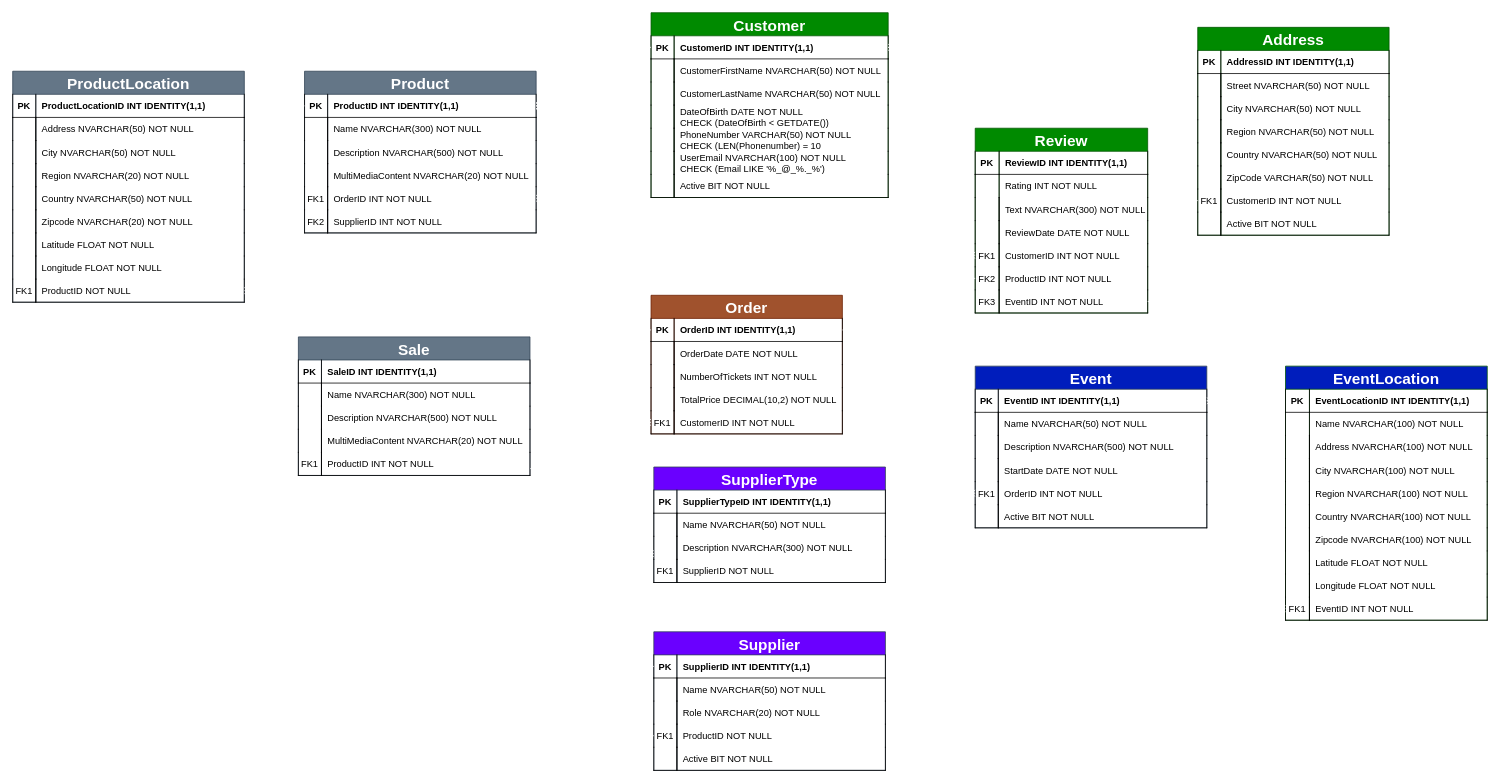
This is page "PhantomFestivities" (4 of 4) of PhantomFestivities.drawio from KristoferFangrat/ExamAssignment, a draw.io file, before an edit. Source tidied: cells renumbered, new cells numbered last; positions are measured from the earlier drawing's top-left corner, leaving out a move shared by most shapes. Both pictures are drawn from the tidied source at 77%, with x=0, y=0 at pixel (12, 12).
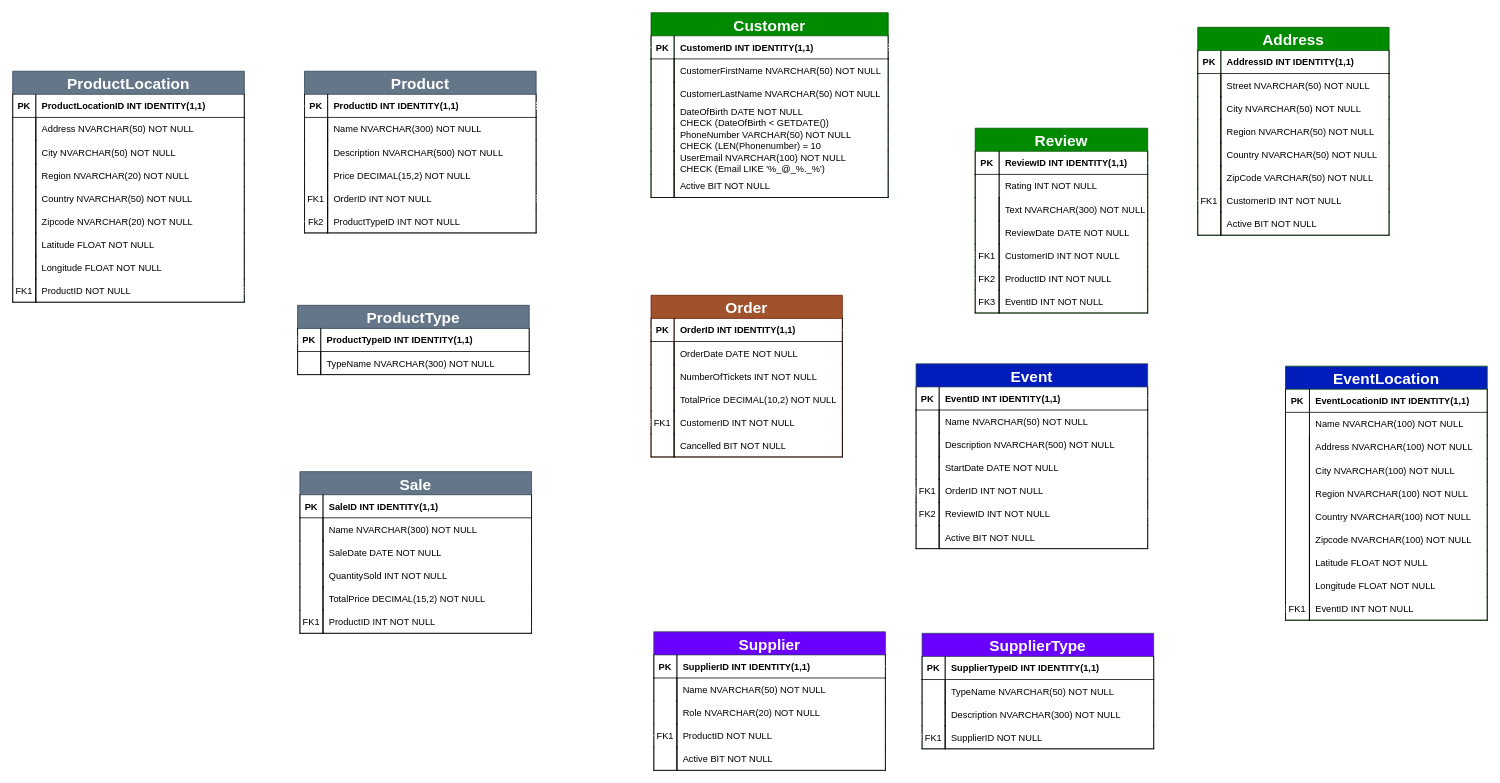
The same diagram, later.

Commit message (it also covers changes not shown here):
Update database name in PhantomFestivities.sql

The change refers to these unchanged cells:
```xml
<mxCell id="25" style="shape=tableRow;horizontal=0;startSize=0;swimlaneHead=0;swimlaneBody=0;fillColor=none;points=[[0,0.5],[1,0.5]];portConstraint=eastwest;top=0;left=0;right=0;bottom=1;sketch=0;hachureGap=4;jiggle=2;curveFitting=1;fontFamily=Architects Daughter;fontSize=20;" parent="24" vertex="1">
  <mxGeometry y="30" width="300.8" height="30" as="geometry" />
</mxCell>
<mxCell id="34" style="shape=tableRow;horizontal=0;startSize=0;swimlaneHead=0;swimlaneBody=0;fillColor=none;top=0;left=0;right=0;bottom=0;sketch=0;hachureGap=4;jiggle=2;curveFitting=1;fontFamily=Architects Daughter;fontSize=20;" parent="24" vertex="1">
  <mxGeometry y="120" width="300.8" height="30" as="geometry" />
</mxCell>
<mxCell id="40" style="shape=tableRow;horizontal=0;startSize=0;swimlaneHead=0;swimlaneBody=0;fillColor=none;points=[[0,0.5],[1,0.5]];portConstraint=eastwest;top=0;left=0;right=0;bottom=1;sketch=0;hachureGap=4;jiggle=2;curveFitting=1;fontFamily=Architects Daughter;fontSize=20;" parent="24" vertex="1">
  <mxGeometry y="180" width="300.8" height="30" as="geometry" />
</mxCell>
<mxCell id="60" style="shape=tableRow;horizontal=0;startSize=0;swimlaneHead=0;swimlaneBody=0;fillColor=none;points=[[0,0.5],[1,0.5]];portConstraint=eastwest;top=0;left=0;right=0;bottom=1;sketch=0;hachureGap=4;jiggle=2;curveFitting=1;fontFamily=Architects Daughter;fontSize=20;" parent="59" vertex="1">
  <mxGeometry y="30" width="300.8" height="30" as="geometry" />
</mxCell>
<mxCell id="76" style="shape=tableRow;horizontal=0;startSize=0;swimlaneHead=0;swimlaneBody=0;fillColor=none;points=[[0,0.5],[1,0.5]];portConstraint=eastwest;top=0;left=0;right=0;bottom=1;sketch=0;hachureGap=4;jiggle=2;curveFitting=1;fontFamily=Architects Daughter;fontSize=20;" parent="75" vertex="1">
  <mxGeometry y="30" width="300.8" height="30" as="geometry" />
</mxCell>
<mxCell id="122" style="shape=tableRow;horizontal=0;startSize=0;swimlaneHead=0;swimlaneBody=0;fillColor=none;points=[[0,0.5],[1,0.5]];portConstraint=eastwest;top=0;left=0;right=0;bottom=1;sketch=0;hachureGap=4;jiggle=2;curveFitting=1;fontFamily=Architects Daughter;fontSize=20;" parent="94" vertex="1">
  <mxGeometry y="300" width="262" height="30" as="geometry" />
</mxCell>
<mxCell id="160" style="shape=tableRow;horizontal=0;startSize=0;swimlaneHead=0;swimlaneBody=0;fillColor=none;top=0;left=0;right=0;bottom=0;sketch=0;hachureGap=4;jiggle=2;curveFitting=1;fontFamily=Architects Daughter;fontSize=20;" parent="153" vertex="1">
  <mxGeometry y="90" width="300.8" height="30" as="geometry" />
</mxCell>
<mxCell id="163" style="shape=tableRow;horizontal=0;startSize=0;swimlaneHead=0;swimlaneBody=0;fillColor=none;top=0;left=0;right=0;bottom=0;sketch=0;hachureGap=4;jiggle=2;curveFitting=1;fontFamily=Architects Daughter;fontSize=20;" parent="153" vertex="1">
  <mxGeometry y="120" width="300.8" height="30" as="geometry" />
</mxCell>
<mxCell id="170" style="shape=tableRow;horizontal=0;startSize=0;swimlaneHead=0;swimlaneBody=0;fillColor=none;points=[[0,0.5],[1,0.5]];portConstraint=eastwest;top=0;left=0;right=0;bottom=1;sketch=0;hachureGap=4;jiggle=2;curveFitting=1;fontFamily=Architects Daughter;fontSize=20;" parent="169" vertex="1">
  <mxGeometry y="30" width="224" height="30" as="geometry" />
</mxCell>
<mxCell id="188" style="shape=tableRow;horizontal=0;startSize=0;swimlaneHead=0;swimlaneBody=0;fillColor=none;points=[[0,0.5],[1,0.5]];portConstraint=eastwest;top=0;left=0;right=0;bottom=1;sketch=0;hachureGap=4;jiggle=2;curveFitting=1;fontFamily=Architects Daughter;fontSize=20;" parent="169" vertex="1">
  <mxGeometry y="210" width="224" height="30" as="geometry" />
</mxCell>
<mxCell id="231" style="shape=tableRow;horizontal=0;startSize=0;swimlaneHead=0;swimlaneBody=0;fillColor=none;top=0;left=0;right=0;bottom=0;sketch=0;hachureGap=4;jiggle=2;curveFitting=1;fontFamily=Architects Daughter;fontSize=20;" parent="227" vertex="1">
  <mxGeometry y="60" width="300.8" height="30" as="geometry" />
</mxCell>
<mxCell id="237" style="shape=tableRow;horizontal=0;startSize=0;swimlaneHead=0;swimlaneBody=0;fillColor=none;points=[[0,0.5],[1,0.5]];portConstraint=eastwest;top=0;left=0;right=0;bottom=1;sketch=0;hachureGap=4;jiggle=2;curveFitting=1;fontFamily=Architects Daughter;fontSize=20;" parent="227" vertex="1">
  <mxGeometry y="120" width="300.8" height="30" as="geometry" />
</mxCell>
```

Change to the diagram source:
```diff
@@
-    <mxCell id="36" value="MultiMediaContent NVARCHAR(20) NOT NULL" style="shape=partialRectangle;fillColor=none;top=0;left=1;bottom=0;right=1;align=left;spacingLeft=6;overflow=hidden;sketch=0;hachureGap=4;jiggle=2;curveFitting=1;fontFamily=Helvetica;fontSize=12;" parent="34" vertex="1">
+    <mxCell id="36" value="Price DECIMAL(15,2) NOT NULL" style="shape=partialRectangle;fillColor=none;top=0;left=1;bottom=0;right=1;align=left;spacingLeft=6;overflow=hidden;sketch=0;hachureGap=4;jiggle=2;curveFitting=1;fontFamily=Helvetica;fontSize=12;" parent="34" vertex="1">
       <mxGeometry x="30" width="270.8" height="30" as="geometry" />
     </mxCell>
@@
-    <mxCell id="41" value="FK2" style="shape=partialRectangle;fillColor=none;top=0;left=1;bottom=0;right=1;overflow=hidden;sketch=0;hachureGap=4;jiggle=2;curveFitting=1;fontFamily=Helvetica;fontSize=12;" parent="40" vertex="1">
-      <mxGeometry width="30" height="30" as="geometry" />
-    </mxCell>
-    <mxCell id="42" value="SupplierID INT NOT NULL" style="shape=partialRectangle;fillColor=none;top=0;left=1;bottom=0;right=1;align=left;spacingLeft=6;overflow=hidden;sketch=0;hachureGap=4;jiggle=2;curveFitting=1;fontFamily=Helvetica;fontSize=12;" parent="40" vertex="1">
-      <mxGeometry x="30" width="270.8" height="30" as="geometry" />
-    </mxCell>
+    <mxCell id="241" value="Fk2" style="shape=partialRectangle;fillColor=none;top=0;left=1;bottom=0;right=1;overflow=hidden;sketch=0;hachureGap=4;jiggle=2;curveFitting=1;fontFamily=Helvetica;fontSize=12;" parent="40" vertex="1">
+      <mxGeometry width="30" height="30" as="geometry" />
+    </mxCell>
+    <mxCell id="242" value="ProductTypeID INT NOT NULL" style="shape=partialRectangle;fillColor=none;top=0;left=1;bottom=0;right=1;align=left;spacingLeft=6;overflow=hidden;sketch=0;hachureGap=4;jiggle=2;curveFitting=1;fontFamily=Helvetica;fontSize=12;" parent="40" vertex="1">
+      <mxGeometry x="30" width="270.8" height="30" as="geometry" />
+    </mxCell>
     <mxCell id="43" value="Order" style="shape=table;startSize=30;childLayout=tableLayout;rowLines=0;fontStyle=1;align=center;sketch=0;hachureGap=4;jiggle=2;curveFitting=1;fontFamily=Helvetica;fontSize=20;swimlaneLine=1;rounded=0;fillColor=#a0522d;fontColor=#ffffff;strokeColor=#6D1F00;" parent="1" vertex="1">
-      <mxGeometry x="829" y="367" width="248.5" height="180" as="geometry" />
+      <mxGeometry x="829" y="367" width="248.5" height="210" as="geometry" />
     </mxCell>
@@
-    <mxCell id="56" style="shape=tableRow;horizontal=0;startSize=0;swimlaneHead=0;swimlaneBody=0;fillColor=none;points=[[0,0.5],[1,0.5]];portConstraint=eastwest;top=0;left=0;right=0;bottom=1;sketch=0;hachureGap=4;jiggle=2;curveFitting=1;fontFamily=Architects Daughter;fontSize=20;" parent="43" vertex="1">
+    <mxCell id="56" style="shape=tableRow;horizontal=0;startSize=0;swimlaneHead=0;swimlaneBody=0;fillColor=none;points=[[0,0.5],[1,0.5]];portConstraint=eastwest;top=0;left=0;right=0;bottom=0;sketch=0;hachureGap=4;jiggle=2;curveFitting=1;fontFamily=Architects Daughter;fontSize=20;" parent="43" vertex="1">
       <mxGeometry y="150" width="248.5" height="30" as="geometry" />
     </mxCell>
@@
+    <mxCell id="243" style="shape=tableRow;horizontal=0;startSize=0;swimlaneHead=0;swimlaneBody=0;fillColor=none;top=0;left=0;right=0;bottom=1;sketch=0;hachureGap=4;jiggle=2;curveFitting=1;fontFamily=Architects Daughter;fontSize=20;" parent="43" vertex="1">
+      <mxGeometry y="180" width="248.5" height="30" as="geometry" />
+    </mxCell>
+    <mxCell id="244" style="shape=partialRectangle;fillColor=none;top=0;left=1;bottom=0;right=1;overflow=hidden;sketch=0;hachureGap=4;jiggle=2;curveFitting=1;fontFamily=Helvetica;fontSize=12;" parent="243" vertex="1">
+      <mxGeometry width="30" height="30" as="geometry" />
+    </mxCell>
+    <mxCell id="245" value="Cancelled BIT NOT NULL" style="shape=partialRectangle;fillColor=none;top=0;left=1;bottom=0;right=1;align=left;spacingLeft=6;overflow=hidden;sketch=0;hachureGap=4;jiggle=2;curveFitting=1;fontFamily=Helvetica;fontSize=12;" parent="243" vertex="1">
+      <mxGeometry x="30" width="218.5" height="30" as="geometry" />
+    </mxCell>
@@
     <mxCell id="75" value="Event" style="shape=table;startSize=30;childLayout=tableLayout;rowLines=0;fontStyle=1;align=center;sketch=0;hachureGap=4;jiggle=2;curveFitting=1;fontFamily=Helvetica;fontSize=20;swimlaneLine=1;rounded=0;fillColor=#001DBC;fontColor=#ffffff;strokeColor=#314354;" parent="1" vertex="1">
-      <mxGeometry x="1250" y="459" width="300.8" height="210" as="geometry" />
+      <mxGeometry x="1173.2" y="456" width="300.8" height="240" as="geometry" />
     </mxCell>
@@
+    <mxCell id="246" style="shape=tableRow;horizontal=0;startSize=0;swimlaneHead=0;swimlaneBody=0;fillColor=none;points=[[0,0.5],[1,0.5]];portConstraint=eastwest;top=0;left=0;right=0;bottom=0;sketch=0;hachureGap=4;jiggle=2;curveFitting=1;fontFamily=Architects Daughter;fontSize=20;" parent="75" vertex="1">
+      <mxGeometry y="180" width="300.8" height="30" as="geometry" />
+    </mxCell>
+    <mxCell id="41" value="FK2" style="shape=partialRectangle;fillColor=none;top=0;left=1;bottom=0;right=1;overflow=hidden;sketch=0;hachureGap=4;jiggle=2;curveFitting=1;fontFamily=Helvetica;fontSize=12;" parent="246" vertex="1">
+      <mxGeometry width="30" height="30" as="geometry" />
+    </mxCell>
+    <mxCell id="247" value="ReviewID INT NOT NULL" style="shape=partialRectangle;fillColor=none;top=0;left=1;bottom=0;right=1;align=left;spacingLeft=6;overflow=hidden;sketch=0;hachureGap=4;jiggle=2;curveFitting=1;fontFamily=Helvetica;fontSize=12;" parent="246" vertex="1">
+      <mxGeometry x="30" width="270.8" height="30" as="geometry" />
+    </mxCell>
     <mxCell id="91" style="shape=tableRow;horizontal=0;startSize=0;swimlaneHead=0;swimlaneBody=0;fillColor=none;top=0;left=0;right=0;bottom=1;sketch=0;hachureGap=4;jiggle=2;curveFitting=1;fontFamily=Architects Daughter;fontSize=20;" parent="75" vertex="1">
-      <mxGeometry y="180" width="300.8" height="30" as="geometry" />
+      <mxGeometry y="210" width="300.8" height="30" as="geometry" />
     </mxCell>
@@
     <mxCell id="153" value="Sale" style="shape=table;startSize=30;childLayout=tableLayout;rowLines=0;fontStyle=1;align=center;sketch=0;hachureGap=4;jiggle=2;curveFitting=1;fontFamily=Helvetica;fontSize=20;swimlaneLine=1;rounded=0;fillColor=#647687;fontColor=#ffffff;strokeColor=#314354;" parent="1" vertex="1">
-      <mxGeometry x="371" y="421" width="300.8" height="180" as="geometry" />
+      <mxGeometry x="373" y="596" width="300.8" height="210" as="geometry" />
     </mxCell>
@@
-    <mxCell id="162" value="Description NVARCHAR(500) NOT NULL" style="shape=partialRectangle;fillColor=none;top=0;left=1;bottom=0;right=1;align=left;spacingLeft=6;overflow=hidden;sketch=0;hachureGap=4;jiggle=2;curveFitting=1;fontFamily=Helvetica;fontSize=12;" parent="160" vertex="1">
+    <mxCell id="162" value="SaleDate DATE NOT NULL" style="shape=partialRectangle;fillColor=none;top=0;left=1;bottom=0;right=1;align=left;spacingLeft=6;overflow=hidden;sketch=0;hachureGap=4;jiggle=2;curveFitting=1;fontFamily=Helvetica;fontSize=12;" parent="160" vertex="1">
       <mxGeometry x="30" width="270.8" height="30" as="geometry" />
     </mxCell>
@@
-    <mxCell id="164" style="shape=partialRectangle;fillColor=none;top=0;left=1;bottom=0;right=1;overflow=hidden;sketch=0;hachureGap=4;jiggle=2;curveFitting=1;fontFamily=Helvetica;fontSize=20;" parent="163" vertex="1">
-      <mxGeometry width="30" height="30" as="geometry" />
-    </mxCell>
-    <mxCell id="165" value="MultiMediaContent NVARCHAR(20) NOT NULL" style="shape=partialRectangle;fillColor=none;top=0;left=1;bottom=0;right=1;align=left;spacingLeft=6;overflow=hidden;sketch=0;hachureGap=4;jiggle=2;curveFitting=1;fontFamily=Helvetica;fontSize=12;" parent="163" vertex="1">
-      <mxGeometry x="30" width="270.8" height="30" as="geometry" />
-    </mxCell>
+    <mxCell id="248" style="shape=partialRectangle;fillColor=none;top=0;left=1;bottom=0;right=1;overflow=hidden;sketch=0;hachureGap=4;jiggle=2;curveFitting=1;fontFamily=Helvetica;fontSize=20;" parent="163" vertex="1">
+      <mxGeometry width="30" height="30" as="geometry" />
+    </mxCell>
+    <mxCell id="249" value="QuantitySold INT NOT NULL" style="shape=partialRectangle;fillColor=none;top=0;left=1;bottom=0;right=1;align=left;spacingLeft=6;overflow=hidden;sketch=0;hachureGap=4;jiggle=2;curveFitting=1;fontFamily=Helvetica;fontSize=12;" parent="163" vertex="1">
+      <mxGeometry x="30" width="270.8" height="30" as="geometry" />
+    </mxCell>
+    <mxCell id="250" style="shape=tableRow;horizontal=0;startSize=0;swimlaneHead=0;swimlaneBody=0;fillColor=none;top=0;left=0;right=0;bottom=0;sketch=0;hachureGap=4;jiggle=2;curveFitting=1;fontFamily=Architects Daughter;fontSize=20;" parent="153" vertex="1">
+      <mxGeometry y="150" width="300.8" height="30" as="geometry" />
+    </mxCell>
+    <mxCell id="251" style="shape=partialRectangle;fillColor=none;top=0;left=1;bottom=0;right=1;overflow=hidden;sketch=0;hachureGap=4;jiggle=2;curveFitting=1;fontFamily=Helvetica;fontSize=20;" parent="250" vertex="1">
+      <mxGeometry width="30" height="30" as="geometry" />
+    </mxCell>
+    <mxCell id="252" value="TotalPrice DECIMAL(15,2) NOT NULL" style="shape=partialRectangle;fillColor=none;top=0;left=1;bottom=0;right=1;align=left;spacingLeft=6;overflow=hidden;sketch=0;hachureGap=4;jiggle=2;curveFitting=1;fontFamily=Helvetica;fontSize=12;" parent="250" vertex="1">
+      <mxGeometry x="30" width="270.8" height="30" as="geometry" />
+    </mxCell>
     <mxCell id="166" style="shape=tableRow;horizontal=0;startSize=0;swimlaneHead=0;swimlaneBody=0;fillColor=none;points=[[0,0.5],[1,0.5]];portConstraint=eastwest;top=0;left=0;right=0;bottom=1;sketch=0;hachureGap=4;jiggle=2;curveFitting=1;fontFamily=Architects Daughter;fontSize=20;" parent="153" vertex="1">
-      <mxGeometry y="150" width="300.8" height="30" as="geometry" />
+      <mxGeometry y="180" width="300.8" height="30" as="geometry" />
     </mxCell>
@@
     <mxCell id="193" style="edgeStyle=orthogonalEdgeStyle;shape=connector;rounded=0;sketch=0;hachureGap=4;jiggle=2;curveFitting=1;html=1;exitX=1;exitY=0.5;exitDx=0;exitDy=0;entryX=1.001;entryY=0.7;entryDx=0;entryDy=0;entryPerimeter=0;labelBackgroundColor=default;strokeColor=#FFFFFF;fontFamily=Architects Daughter;fontSize=16;fontColor=default;startArrow=ERzeroToMany;startFill=0;endArrow=ERone;endFill=0;" parent="1" edge="1" source="25" target="166">
       <mxGeometry relative="1" as="geometry">
         <Array as="points">
           <mxPoint x="719" y="121" />
-          <mxPoint x="719" y="592" />
+          <mxPoint x="719" y="797" />
         </Array>
       </mxGeometry>
     </mxCell>
@@
     <mxCell id="196" style="edgeStyle=orthogonalEdgeStyle;shape=connector;rounded=0;sketch=0;hachureGap=4;jiggle=2;curveFitting=1;html=1;exitX=0;exitY=0.5;exitDx=0;exitDy=0;entryX=1;entryY=0.5;entryDx=0;entryDy=0;labelBackgroundColor=default;strokeColor=#FFFFFF;fontFamily=Architects Daughter;fontSize=16;fontColor=default;startArrow=ERzeroToMany;startFill=0;endArrow=ERone;endFill=0;" parent="1" edge="1" source="122" target="76">
-      <mxGeometry relative="1" as="geometry" />
+      <mxGeometry relative="1" as="geometry">
+        <Array as="points">
+          <mxPoint x="1497" y="774" />
+          <mxPoint x="1497" y="501" />
+        </Array>
+      </mxGeometry>
     </mxCell>
@@
-    <mxCell id="226" style="edgeStyle=orthogonalEdgeStyle;shape=connector;rounded=0;sketch=0;hachureGap=4;jiggle=2;curveFitting=1;html=1;exitX=1;exitY=0.5;exitDx=0;exitDy=0;entryX=1;entryY=0.5;entryDx=0;entryDy=0;labelBackgroundColor=default;strokeColor=#FFFFFF;fontFamily=Architects Daughter;fontSize=16;fontColor=default;startArrow=ERone;startFill=0;endArrow=ERoneToMany;endFill=0;" parent="1" edge="1" source="188" target="76">
-      <mxGeometry relative="1" as="geometry" />
+    <mxCell id="226" style="edgeStyle=orthogonalEdgeStyle;shape=connector;rounded=0;sketch=0;hachureGap=4;jiggle=2;curveFitting=1;html=1;exitX=1;exitY=0.5;exitDx=0;exitDy=0;entryX=1;entryY=0.5;entryDx=0;entryDy=0;labelBackgroundColor=default;strokeColor=#FFFFFF;fontFamily=Architects Daughter;fontSize=16;fontColor=default;startArrow=ERone;startFill=0;endArrow=ERoneToMany;endFill=0;" parent="1" edge="1" source="170" target="246">
+      <mxGeometry relative="1" as="geometry">
+        <Array as="points">
+          <mxPoint x="1497" y="195" />
+          <mxPoint x="1497" y="651" />
+        </Array>
+      </mxGeometry>
     </mxCell>
     <mxCell id="227" value="SupplierType" style="shape=table;startSize=30;childLayout=tableLayout;rowLines=0;fontStyle=1;align=center;sketch=0;hachureGap=4;jiggle=2;curveFitting=1;fontFamily=Helvetica;fontSize=20;swimlaneLine=1;rounded=0;fillColor=#6A00FF;fontColor=#ffffff;strokeColor=#314354;" parent="1" vertex="1">
-      <mxGeometry x="832.6" y="590" width="300.8" height="150" as="geometry" />
+      <mxGeometry x="1181" y="806" width="300.8" height="150" as="geometry" />
     </mxCell>
@@
-    <mxCell id="233" value="Name NVARCHAR(50) NOT NULL" style="shape=partialRectangle;fillColor=none;top=0;left=1;bottom=0;right=1;align=left;spacingLeft=6;overflow=hidden;sketch=0;hachureGap=4;jiggle=2;curveFitting=1;fontFamily=Helvetica;fontSize=12;" parent="231" vertex="1">
+    <mxCell id="233" value="TypeName NVARCHAR(50) NOT NULL" style="shape=partialRectangle;fillColor=none;top=0;left=1;bottom=0;right=1;align=left;spacingLeft=6;overflow=hidden;sketch=0;hachureGap=4;jiggle=2;curveFitting=1;fontFamily=Helvetica;fontSize=12;" parent="231" vertex="1">
       <mxGeometry x="30" width="270.8" height="30" as="geometry" />
     </mxCell>
@@
-    <mxCell id="240" style="edgeStyle=orthogonalEdgeStyle;shape=connector;rounded=0;sketch=0;hachureGap=4;jiggle=2;curveFitting=1;html=1;exitX=0;exitY=0.5;exitDx=0;exitDy=0;entryX=0;entryY=0.75;entryDx=0;entryDy=0;labelBackgroundColor=default;strokeColor=#FFFFFF;fontFamily=Architects Daughter;fontSize=16;fontColor=default;startArrow=ERone;startFill=0;endArrow=ERoneToMany;endFill=0;" parent="1" edge="1" source="60" target="227">
+    <mxCell id="240" style="edgeStyle=orthogonalEdgeStyle;shape=connector;rounded=0;sketch=0;hachureGap=4;jiggle=2;curveFitting=1;html=1;exitX=1;exitY=0.5;exitDx=0;exitDy=0;entryX=0;entryY=0.5;entryDx=0;entryDy=0;labelBackgroundColor=default;strokeColor=#FFFFFF;fontFamily=Architects Daughter;fontSize=16;fontColor=default;startArrow=ERone;startFill=0;endArrow=ERoneToMany;endFill=0;" parent="1" edge="1" source="60" target="237">
       <mxGeometry relative="1" as="geometry" />
     </mxCell>
+    <mxCell id="253" value="ProductType" style="shape=table;startSize=30;childLayout=tableLayout;rowLines=0;fontStyle=1;align=center;sketch=0;hachureGap=4;jiggle=2;curveFitting=1;fontFamily=Helvetica;fontSize=20;swimlaneLine=1;rounded=0;fillColor=#647687;fontColor=#ffffff;strokeColor=#314354;" parent="1" vertex="1">
+      <mxGeometry x="370" y="380" width="300.8" height="90" as="geometry" />
+    </mxCell>
+    <mxCell id="254" style="shape=tableRow;horizontal=0;startSize=0;swimlaneHead=0;swimlaneBody=0;fillColor=none;points=[[0,0.5],[1,0.5]];portConstraint=eastwest;top=0;left=0;right=0;bottom=1;sketch=0;hachureGap=4;jiggle=2;curveFitting=1;fontFamily=Architects Daughter;fontSize=20;" parent="253" vertex="1">
+      <mxGeometry y="30" width="300.8" height="30" as="geometry" />
+    </mxCell>
+    <mxCell id="255" value="PK" style="shape=partialRectangle;fillColor=none;top=0;left=1;bottom=0;right=0;fontStyle=1;overflow=hidden;sketch=0;hachureGap=4;jiggle=2;curveFitting=1;fontFamily=Helvetica;fontSize=12;" parent="254" vertex="1">
+      <mxGeometry width="30" height="30" as="geometry" />
+    </mxCell>
+    <mxCell id="256" value="ProductTypeID INT IDENTITY(1,1)" style="shape=partialRectangle;fillColor=none;top=0;left=1;bottom=0;right=1;align=left;spacingLeft=6;fontStyle=1;overflow=hidden;sketch=0;hachureGap=4;jiggle=2;curveFitting=1;fontFamily=Helvetica;fontSize=12;" parent="254" vertex="1">
+      <mxGeometry x="30" width="270.8" height="30" as="geometry" />
+    </mxCell>
+    <mxCell id="257" style="shape=tableRow;horizontal=0;startSize=0;swimlaneHead=0;swimlaneBody=0;fillColor=none;top=0;left=0;right=0;bottom=1;sketch=0;hachureGap=4;jiggle=2;curveFitting=1;fontFamily=Architects Daughter;fontSize=20;" parent="253" vertex="1">
+      <mxGeometry y="60" width="300.8" height="30" as="geometry" />
+    </mxCell>
+    <mxCell id="258" style="shape=partialRectangle;fillColor=none;top=0;left=1;bottom=0;right=1;overflow=hidden;sketch=0;hachureGap=4;jiggle=2;curveFitting=1;fontFamily=Helvetica;fontSize=20;" parent="257" vertex="1">
+      <mxGeometry width="30" height="30" as="geometry" />
+    </mxCell>
+    <mxCell id="259" value="TypeName NVARCHAR(300) NOT NULL" style="shape=partialRectangle;fillColor=none;top=0;left=1;bottom=0;right=1;align=left;spacingLeft=6;overflow=hidden;sketch=0;hachureGap=4;jiggle=2;curveFitting=1;fontFamily=Helvetica;fontSize=12;" parent="257" vertex="1">
+      <mxGeometry x="30" width="270.8" height="30" as="geometry" />
+    </mxCell>
+    <mxCell id="260" style="edgeStyle=orthogonalEdgeStyle;shape=connector;rounded=0;sketch=0;hachureGap=4;jiggle=2;curveFitting=1;html=1;exitX=0;exitY=0.5;exitDx=0;exitDy=0;entryX=0;entryY=0.5;entryDx=0;entryDy=0;labelBackgroundColor=default;strokeColor=#FFFFFF;fontFamily=Architects Daughter;fontSize=16;fontColor=default;startArrow=ERoneToMany;startFill=0;endArrow=ERone;endFill=0;" parent="1" edge="1" source="254" target="40">
+      <mxGeometry relative="1" as="geometry" />
+    </mxCell>
```
